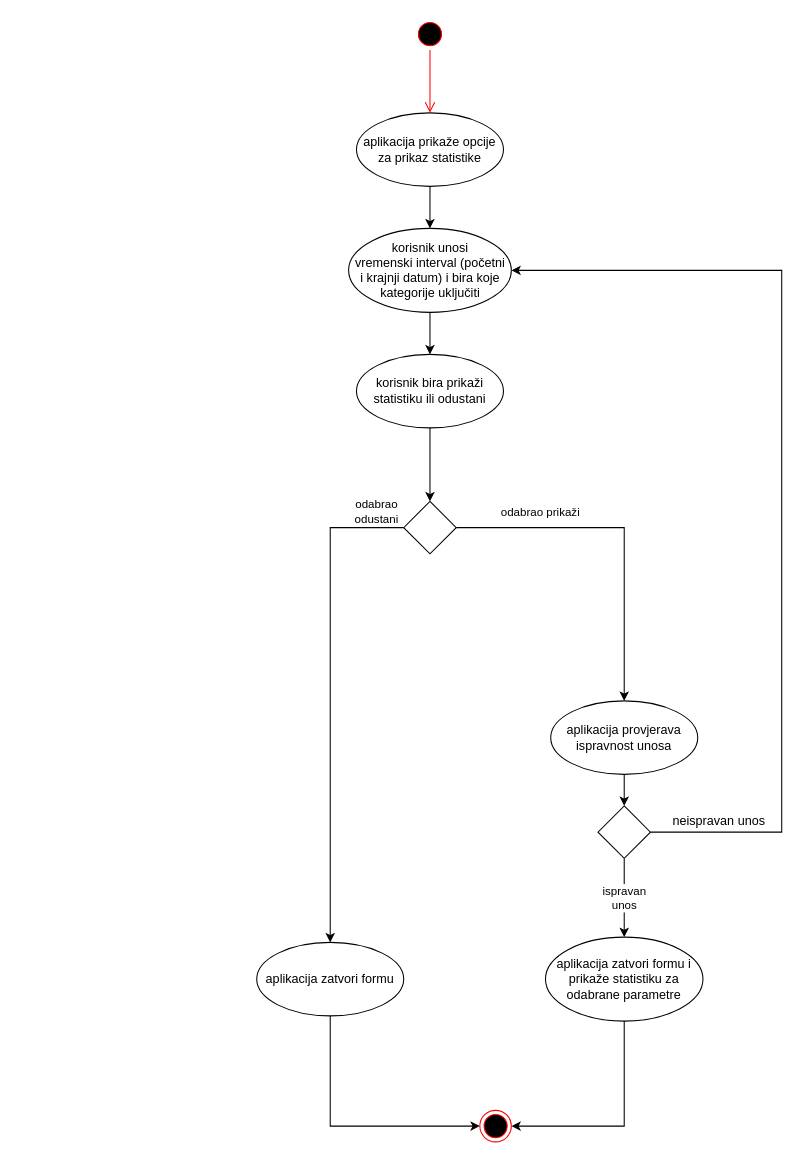
This is doc/aktivnosti_statistika.drawio from avucak/upi_20_budget, a draw.io file, before an edit. Source tidied: cells renumbered, new cells numbered last; positions are measured from the earlier drawing's top-left corner, leaving out a move shared by most shapes. Both pictures are drawn from the tidied source at 105%, with x=0, y=0 at pixel (256, 18).
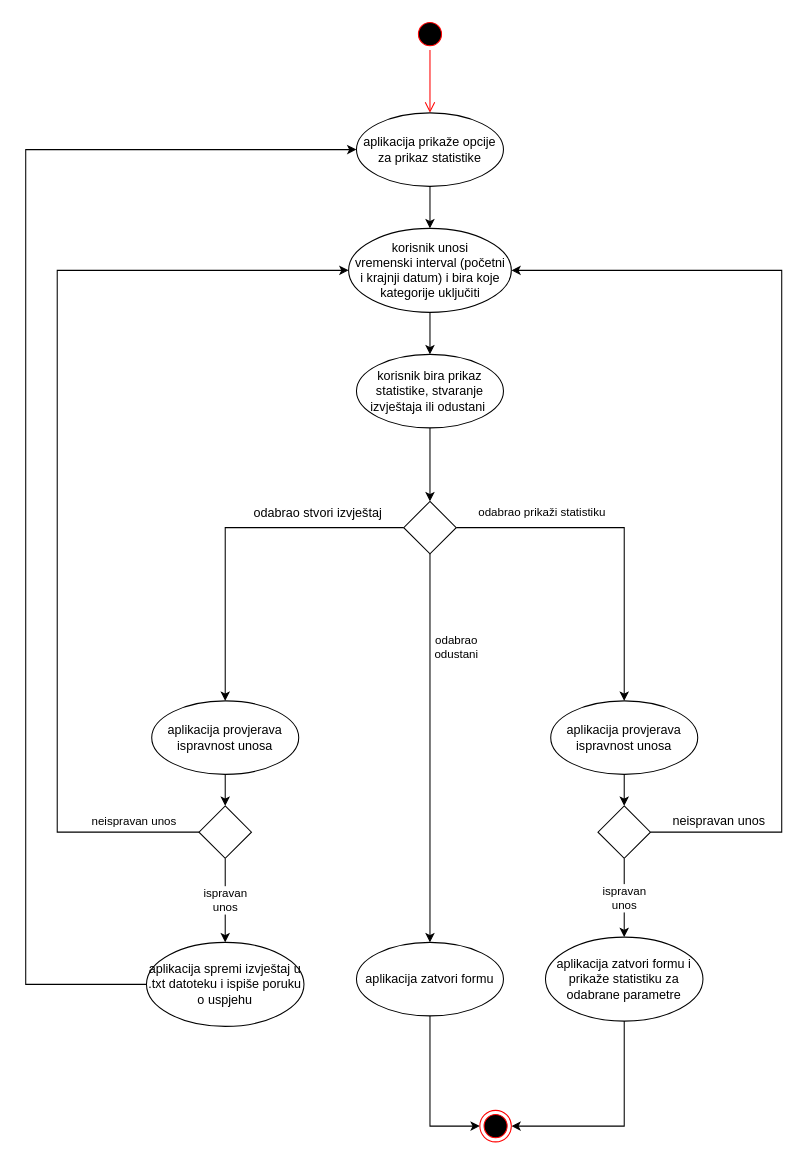
The same diagram, later.

Unchanged cells that the change refers to:
```xml
<mxCell id="5" value="aplikacija prikaže opcije za prikaz statistike" style="ellipse;whiteSpace=wrap;html=1;" parent="1" vertex="1">
  <mxGeometry x="95" y="90" width="140" height="70" as="geometry" />
</mxCell>
<mxCell id="7" value="korisnik unosi &lt;br&gt;vremenski interval (početni &lt;br&gt;i krajnji datum) i bira koje &lt;br&gt;kategorije uključiti" style="ellipse;whiteSpace=wrap;html=1;" parent="1" vertex="1">
  <mxGeometry x="87.5" y="200" width="155" height="80" as="geometry" />
</mxCell>
<mxCell id="16" style="strokeWidth=1;html=1;shape=mxgraph.flowchart.decision;whiteSpace=wrap;" parent="1" vertex="1">
  <mxGeometry x="140" y="460" width="50" height="50" as="geometry" />
</mxCell>
<mxCell id="19" value="aplikacija provjerava ispravnost unosa" style="ellipse;whiteSpace=wrap;html=1;strokeWidth=1;" parent="1" vertex="1">
  <mxGeometry x="280" y="650" width="140" height="70" as="geometry" />
</mxCell>
```

The edit, as a diff of the source:
```diff
@@
     <mxCell id="11" value="aplikacija zatvori formu" style="ellipse;whiteSpace=wrap;html=1;" parent="1" vertex="1">
-      <mxGeometry y="880" width="140" height="70" as="geometry" />
+      <mxGeometry x="95" y="880" width="140" height="70" as="geometry" />
     </mxCell>
@@
-    <mxCell id="13" value="korisnik bira prikaži statistiku ili odustani" style="ellipse;whiteSpace=wrap;html=1;" parent="1" vertex="1">
+    <mxCell id="13" value="korisnik bira prikaz statistike, stvaranje izvještaja ili odustani&amp;nbsp;" style="ellipse;whiteSpace=wrap;html=1;" parent="1" vertex="1">
       <mxGeometry x="95" y="320" width="140" height="70" as="geometry" />
     </mxCell>
-    <mxCell id="14" value="odabrao prikaži" style="edgeStyle=orthogonalEdgeStyle;rounded=0;jettySize=auto;html=1;exitX=1;exitY=0.5;exitDx=0;exitDy=0;exitPerimeter=0;entryX=0.5;entryY=0;entryDx=0;entryDy=0;" parent="1" edge="1" source="16" target="19">
+    <mxCell id="14" value="&amp;nbsp;odabrao prikaži statistiku" style="edgeStyle=orthogonalEdgeStyle;rounded=0;jettySize=auto;html=1;exitX=1;exitY=0.5;exitDx=0;exitDy=0;exitPerimeter=0;entryX=0.5;entryY=0;entryDx=0;entryDy=0;" parent="1" edge="1" source="16" target="19">
       <mxGeometry x="-0.51" y="15" relative="1" as="geometry" />
     </mxCell>
-    <mxCell id="15" value="odabrao&lt;br&gt;odustani" style="edgeStyle=orthogonalEdgeStyle;rounded=0;jettySize=auto;html=1;exitX=0;exitY=0.5;exitDx=0;exitDy=0;exitPerimeter=0;entryX=0.5;entryY=0;entryDx=0;entryDy=0;" parent="1" edge="1" source="16" target="11">
-      <mxGeometry x="-0.89" y="-15" relative="1" as="geometry">
+    <mxCell id="15" value="odabrao&lt;br&gt;odustani" style="edgeStyle=orthogonalEdgeStyle;rounded=0;jettySize=auto;html=1;exitX=0.5;exitY=1;exitDx=0;exitDy=0;exitPerimeter=0;entryX=0.5;entryY=0;entryDx=0;entryDy=0;" parent="1" edge="1" source="16" target="11">
+      <mxGeometry x="0.51" y="192" relative="1" as="geometry">
         <Array as="points">
-          <mxPoint x="70" y="485" />
+          <mxPoint x="165" y="790" />
+          <mxPoint x="165" y="790" />
         </Array>
+        <mxPoint x="-167" y="-190" as="offset" />
       </mxGeometry>
     </mxCell>
+    <mxCell id="24" style="edgeStyle=orthogonalEdgeStyle;rounded=0;jettySize=auto;html=1;exitX=0;exitY=0.5;exitDx=0;exitDy=0;exitPerimeter=0;" parent="1" edge="1" source="16" target="31">
+      <mxGeometry relative="1" as="geometry" />
+    </mxCell>
+    <mxCell id="25" style="text;html=1;align=center;verticalAlign=middle;labelBackgroundColor=#ffffff;" parent="24" vertex="1">
+      <mxGeometry x="-0.14" y="-2" relative="1" as="geometry" />
+    </mxCell>
+    <mxCell id="26" value="odabrao stvori izvještaj" style="text;html=1;align=center;verticalAlign=middle;labelBackgroundColor=#ffffff;" parent="24" vertex="1">
+      <mxGeometry x="-0.22" relative="1" as="geometry">
+        <mxPoint x="48" y="-15" as="offset" />
+      </mxGeometry>
+    </mxCell>
@@
+    <mxCell id="27" style="edgeStyle=orthogonalEdgeStyle;rounded=0;jettySize=auto;html=1;exitX=0;exitY=0.5;exitDx=0;exitDy=0;entryX=0;entryY=0.5;entryDx=0;entryDy=0;" parent="1" edge="1" source="28" target="5">
+      <mxGeometry relative="1" as="geometry">
+        <Array as="points">
+          <mxPoint x="-220" y="920" />
+          <mxPoint x="-220" y="125" />
+        </Array>
+      </mxGeometry>
+    </mxCell>
+    <mxCell id="28" value="aplikacija spremi izvještaj u .txt datoteku i ispiše poruku o uspjehu" style="ellipse;whiteSpace=wrap;html=1;" parent="1" vertex="1">
+      <mxGeometry x="-105" y="880" width="150" height="80" as="geometry" />
+    </mxCell>
+    <mxCell id="29" style="edgeStyle=orthogonalEdgeStyle;rounded=0;jettySize=auto;html=1;exitX=0.5;exitY=1;exitDx=0;exitDy=0;entryX=0.5;entryY=0;entryDx=0;entryDy=0;entryPerimeter=0;" parent="1" edge="1" source="31" target="33">
+      <mxGeometry relative="1" as="geometry" />
+    </mxCell>
+    <mxCell id="30" value="neispravan unos" style="edgeStyle=orthogonalEdgeStyle;rounded=0;jettySize=auto;html=1;entryX=0;entryY=0.5;entryDx=0;entryDy=0;exitX=0;exitY=0.5;exitDx=0;exitDy=0;exitPerimeter=0;" parent="1" edge="1" source="33" target="7">
+      <mxGeometry x="-0.87" y="-10" relative="1" as="geometry">
+        <Array as="points">
+          <mxPoint x="-190" y="775" />
+          <mxPoint x="-190" y="240" />
+        </Array>
+      </mxGeometry>
+    </mxCell>
+    <mxCell id="31" value="aplikacija provjerava ispravnost unosa" style="ellipse;whiteSpace=wrap;html=1;strokeWidth=1;" parent="1" vertex="1">
+      <mxGeometry x="-100" y="650" width="140" height="70" as="geometry" />
+    </mxCell>
+    <mxCell id="32" value="ispravan &lt;br&gt;unos" style="edgeStyle=orthogonalEdgeStyle;rounded=0;jettySize=auto;html=1;exitX=0.5;exitY=1;exitDx=0;exitDy=0;exitPerimeter=0;entryX=0.5;entryY=0;entryDx=0;entryDy=0;" parent="1" edge="1" source="33" target="28">
+      <mxGeometry relative="1" as="geometry" />
+    </mxCell>
+    <mxCell id="33" style="strokeWidth=1;html=1;shape=mxgraph.flowchart.decision;whiteSpace=wrap;" parent="1" vertex="1">
+      <mxGeometry x="-55" y="750" width="50" height="50" as="geometry" />
+    </mxCell>
```
